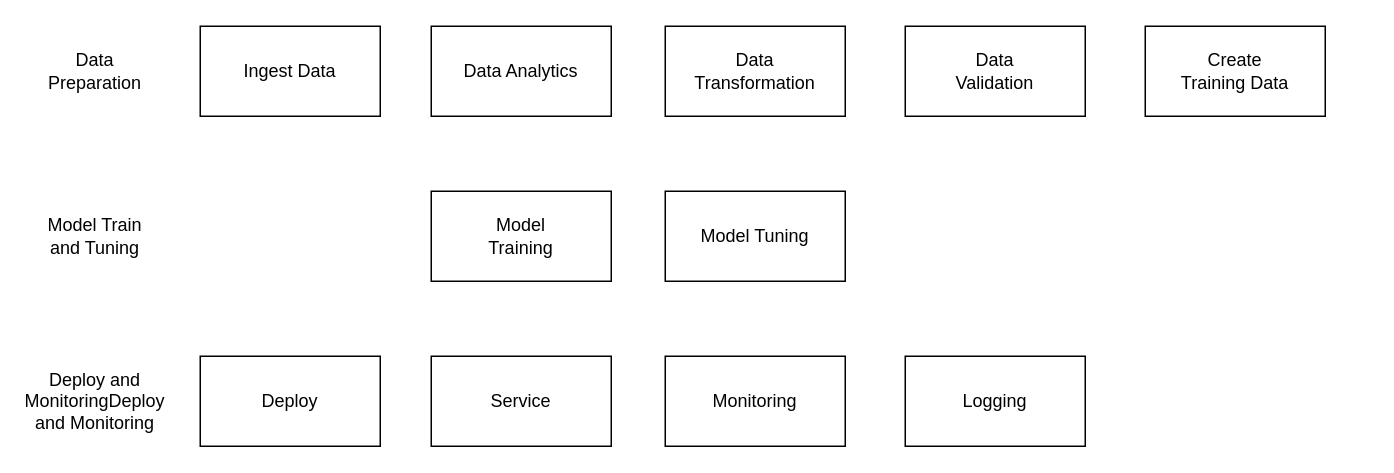
The draw.io diagram MachineLearningOnAWS/WorkFlow.drawio in developer-onizuka/Diagrams, before the edit. Source tidied: cells renumbered, new cells numbered last; positions are measured from the earlier drawing's top-left corner, leaving out a move shared by most shapes. Both pictures are drawn from the tidied source at 150%, with x=0, y=0 at pixel (34, 26).
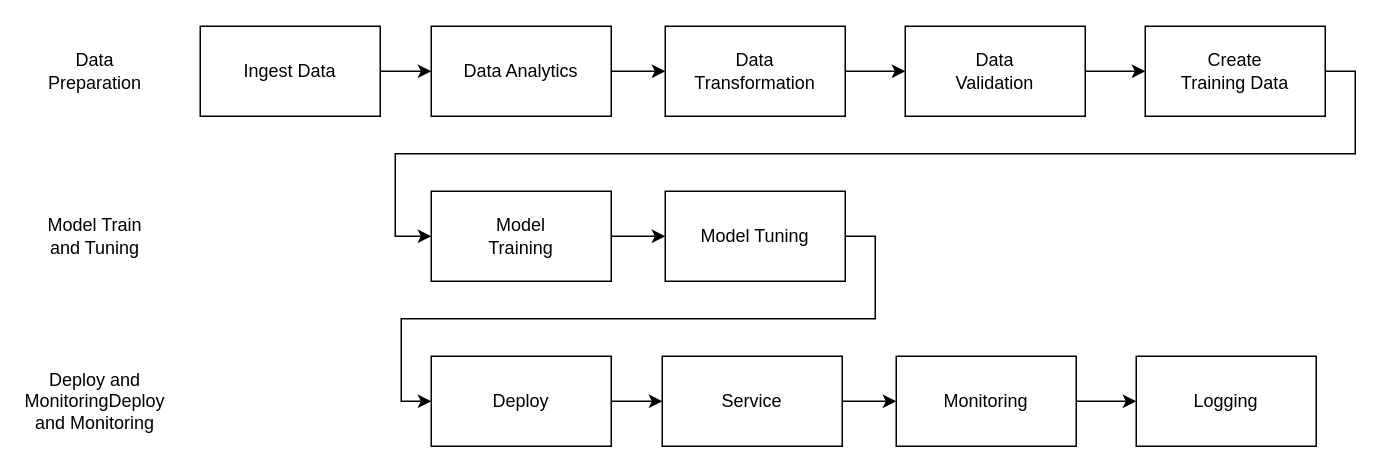
The same page after the edit.

The change refers to these unchanged cells:
```xml
<mxCell id="2" style="rounded=0;whiteSpace=wrap;html=1;" parent="1" vertex="1">
  <mxGeometry x="110" width="120" height="60" as="geometry" />
</mxCell>
<mxCell id="4" style="rounded=0;whiteSpace=wrap;html=1;" parent="1" vertex="1">
  <mxGeometry x="264" width="120" height="60" as="geometry" />
</mxCell>
<mxCell id="6" style="rounded=0;whiteSpace=wrap;html=1;" parent="1" vertex="1">
  <mxGeometry x="420" width="120" height="60" as="geometry" />
</mxCell>
<mxCell id="8" style="rounded=0;whiteSpace=wrap;html=1;" parent="1" vertex="1">
  <mxGeometry x="580" width="120" height="60" as="geometry" />
</mxCell>
<mxCell id="10" style="rounded=0;whiteSpace=wrap;html=1;" parent="1" vertex="1">
  <mxGeometry x="740" width="120" height="60" as="geometry" />
</mxCell>
<mxCell id="13" style="rounded=0;whiteSpace=wrap;html=1;" parent="1" vertex="1">
  <mxGeometry x="264" y="110" width="120" height="60" as="geometry" />
</mxCell>
<mxCell id="15" style="rounded=0;whiteSpace=wrap;html=1;" parent="1" vertex="1">
  <mxGeometry x="420" y="110" width="120" height="60" as="geometry" />
</mxCell>
```

Change to the diagram source:
```diff
@@
+    <mxCell id="27" style="edgeStyle=orthogonalEdgeStyle;rounded=0;jettySize=auto;html=1;exitX=1;exitY=0.5;exitDx=0;exitDy=0;entryX=0;entryY=0.5;entryDx=0;entryDy=0;" parent="1" edge="1" source="2" target="4">
+      <mxGeometry relative="1" as="geometry" />
+    </mxCell>
@@
+    <mxCell id="28" style="edgeStyle=orthogonalEdgeStyle;rounded=0;jettySize=auto;html=1;exitX=1;exitY=0.5;exitDx=0;exitDy=0;entryX=0;entryY=0.5;entryDx=0;entryDy=0;" parent="1" edge="1" source="4" target="6">
+      <mxGeometry relative="1" as="geometry" />
+    </mxCell>
@@
+    <mxCell id="29" style="edgeStyle=orthogonalEdgeStyle;rounded=0;jettySize=auto;html=1;exitX=1;exitY=0.5;exitDx=0;exitDy=0;entryX=0;entryY=0.5;entryDx=0;entryDy=0;" parent="1" edge="1" source="6" target="8">
+      <mxGeometry relative="1" as="geometry" />
+    </mxCell>
@@
+    <mxCell id="30" style="edgeStyle=orthogonalEdgeStyle;rounded=0;jettySize=auto;html=1;exitX=1;exitY=0.5;exitDx=0;exitDy=0;entryX=0;entryY=0.5;entryDx=0;entryDy=0;" parent="1" edge="1" source="8" target="10">
+      <mxGeometry relative="1" as="geometry" />
+    </mxCell>
@@
+    <mxCell id="31" style="edgeStyle=orthogonalEdgeStyle;rounded=0;jettySize=auto;html=1;exitX=1;exitY=0.5;exitDx=0;exitDy=0;entryX=0;entryY=0.5;entryDx=0;entryDy=0;" parent="1" edge="1" source="10" target="13">
+      <mxGeometry relative="1" as="geometry">
+        <Array as="points">
+          <mxPoint x="880" y="30" />
+          <mxPoint x="880" y="85" />
+          <mxPoint x="240" y="85" />
+          <mxPoint x="240" y="140" />
+        </Array>
+      </mxGeometry>
+    </mxCell>
@@
+    <mxCell id="32" style="edgeStyle=orthogonalEdgeStyle;rounded=0;jettySize=auto;html=1;exitX=1;exitY=0.5;exitDx=0;exitDy=0;entryX=0;entryY=0.5;entryDx=0;entryDy=0;" parent="1" edge="1" source="13" target="15">
+      <mxGeometry relative="1" as="geometry" />
+    </mxCell>
@@
+    <mxCell id="33" style="edgeStyle=orthogonalEdgeStyle;rounded=0;jettySize=auto;html=1;exitX=1;exitY=0.5;exitDx=0;exitDy=0;entryX=0;entryY=0.5;entryDx=0;entryDy=0;" parent="1" edge="1" source="15" target="17">
+      <mxGeometry relative="1" as="geometry" />
+    </mxCell>
@@
+    <mxCell id="34" style="edgeStyle=orthogonalEdgeStyle;rounded=0;jettySize=auto;html=1;exitX=1;exitY=0.5;exitDx=0;exitDy=0;entryX=0;entryY=0.5;entryDx=0;entryDy=0;" parent="1" edge="1" source="17" target="19">
+      <mxGeometry relative="1" as="geometry" />
+    </mxCell>
     <mxCell id="17" style="rounded=0;whiteSpace=wrap;html=1;" parent="1" vertex="1">
-      <mxGeometry x="110" y="220" width="120" height="60" as="geometry" />
+      <mxGeometry x="264" y="220" width="120" height="60" as="geometry" />
     </mxCell>
     <mxCell id="18" value="Deploy" style="text;html=1;strokeColor=none;fillColor=none;align=center;verticalAlign=middle;whiteSpace=wrap;rounded=0;" parent="1" vertex="1">
-      <mxGeometry x="130" y="235" width="80" height="30" as="geometry" />
+      <mxGeometry x="284" y="235" width="80" height="30" as="geometry" />
     </mxCell>
+    <mxCell id="35" style="edgeStyle=orthogonalEdgeStyle;rounded=0;jettySize=auto;html=1;exitX=1;exitY=0.5;exitDx=0;exitDy=0;entryX=0;entryY=0.5;entryDx=0;entryDy=0;" parent="1" edge="1" source="19" target="21">
+      <mxGeometry relative="1" as="geometry" />
+    </mxCell>
     <mxCell id="19" style="rounded=0;whiteSpace=wrap;html=1;" parent="1" vertex="1">
-      <mxGeometry x="264" y="220" width="120" height="60" as="geometry" />
+      <mxGeometry x="418" y="220" width="120" height="60" as="geometry" />
     </mxCell>
     <mxCell id="20" value="Service" style="text;html=1;strokeColor=none;fillColor=none;align=center;verticalAlign=middle;whiteSpace=wrap;rounded=0;" parent="1" vertex="1">
-      <mxGeometry x="284" y="235" width="80" height="30" as="geometry" />
+      <mxGeometry x="438" y="235" width="80" height="30" as="geometry" />
     </mxCell>
+    <mxCell id="36" style="edgeStyle=orthogonalEdgeStyle;rounded=0;jettySize=auto;html=1;exitX=1;exitY=0.5;exitDx=0;exitDy=0;entryX=0;entryY=0.5;entryDx=0;entryDy=0;" parent="1" edge="1" source="21" target="23">
+      <mxGeometry relative="1" as="geometry" />
+    </mxCell>
     <mxCell id="21" style="rounded=0;whiteSpace=wrap;html=1;" parent="1" vertex="1">
-      <mxGeometry x="420" y="220" width="120" height="60" as="geometry" />
+      <mxGeometry x="574" y="220" width="120" height="60" as="geometry" />
     </mxCell>
     <mxCell id="22" value="Monitoring" style="text;html=1;strokeColor=none;fillColor=none;align=center;verticalAlign=middle;whiteSpace=wrap;rounded=0;" parent="1" vertex="1">
-      <mxGeometry x="440" y="235" width="80" height="30" as="geometry" />
+      <mxGeometry x="594" y="235" width="80" height="30" as="geometry" />
     </mxCell>
     <mxCell id="23" style="rounded=0;whiteSpace=wrap;html=1;" parent="1" vertex="1">
-      <mxGeometry x="580" y="220" width="120" height="60" as="geometry" />
+      <mxGeometry x="734" y="220" width="120" height="60" as="geometry" />
     </mxCell>
     <mxCell id="24" value="Logging" style="text;html=1;strokeColor=none;fillColor=none;align=center;verticalAlign=middle;whiteSpace=wrap;rounded=0;" parent="1" vertex="1">
-      <mxGeometry x="600" y="235" width="80" height="30" as="geometry" />
+      <mxGeometry x="754" y="235" width="80" height="30" as="geometry" />
     </mxCell>
```
